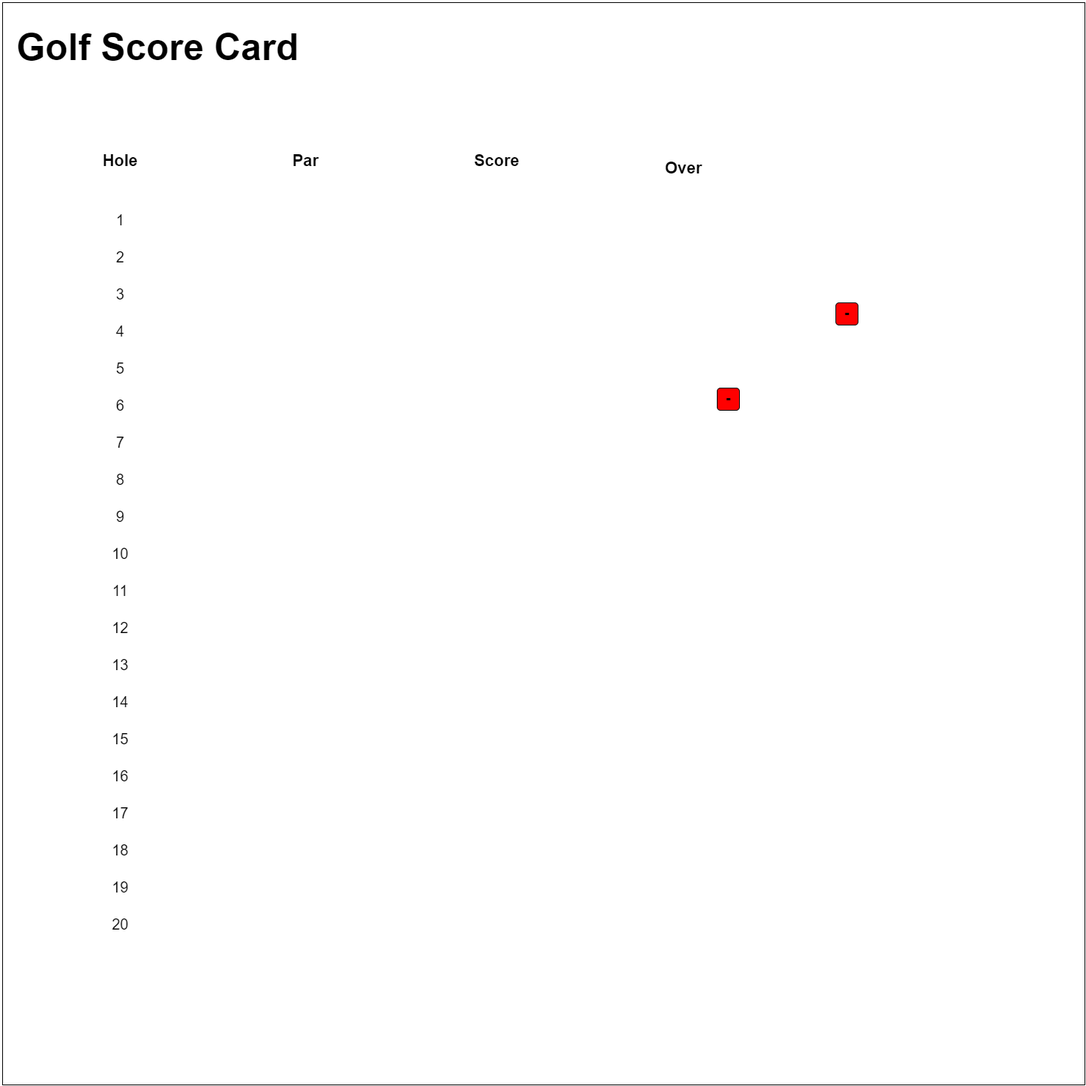
Above: assignment03.png in Regie09/Regie092 (draw.io), before the change. Source tidied: cells renumbered, new cells last; positions are measured from the earlier drawing's top-left corner, leaving out a move shared by most shapes.
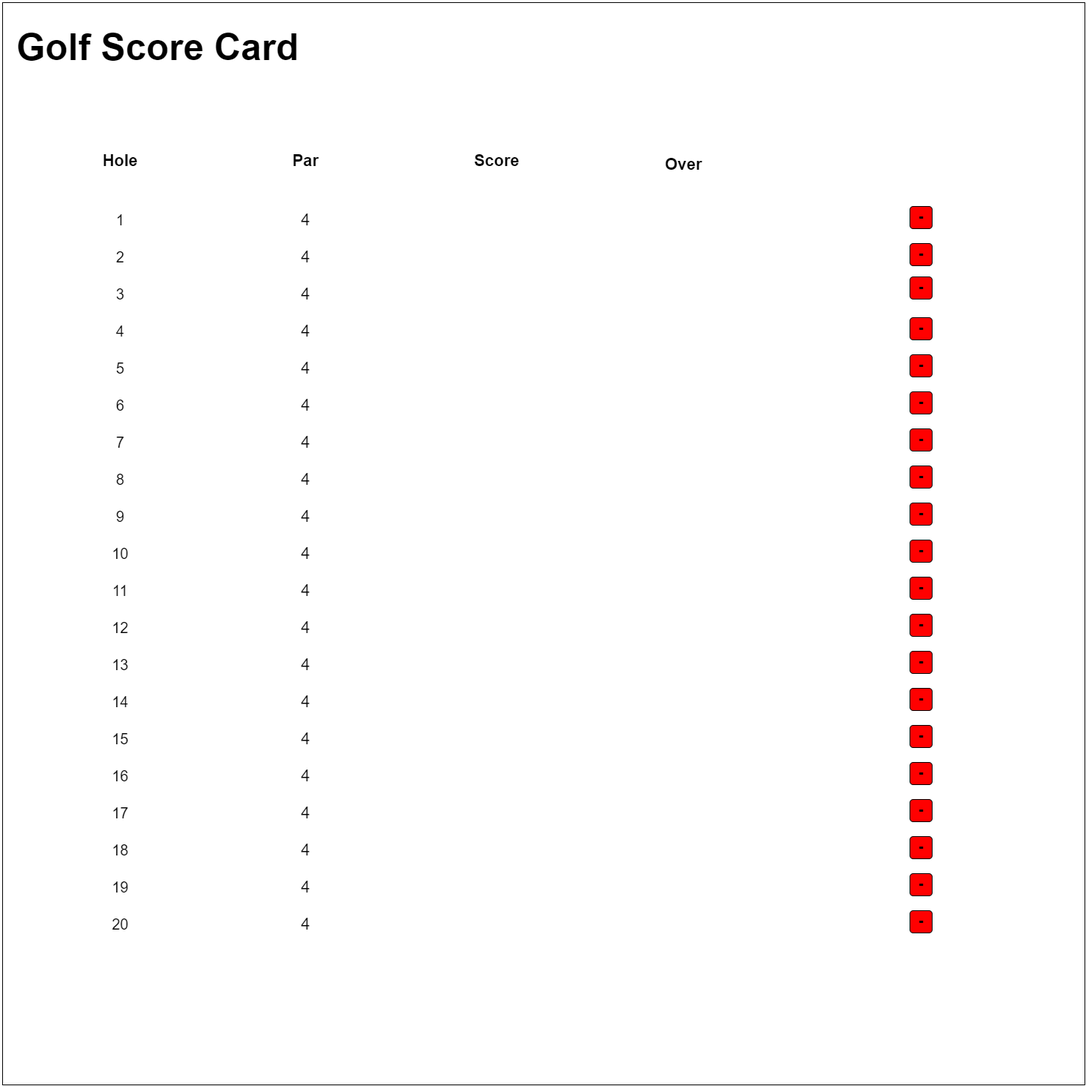
Above is the later version.

Diff of the diagram source:
```diff
@@ -14,3 +14,3 @@
     <mxCell id="5" style="group;" parent="1" vertex="1">
-      <mxGeometry x="1119" y="405" width="40" height="30" as="geometry" />
+      <mxGeometry x="1219" y="275" width="40" height="30" as="geometry" />
     </mxCell>
@@ -23,3 +23,3 @@
     <mxCell id="8" style="group;" parent="1" vertex="1">
-      <mxGeometry x="959" y="520" width="40" height="30" as="geometry" />
+      <mxGeometry x="1219" y="325" width="40" height="30" as="geometry" />
     </mxCell>
@@ -38,3 +38,3 @@
     <mxCell id="13" value="&lt;font style=&quot;font-size: 22px&quot;&gt;&lt;b&gt;Over&lt;/b&gt;&lt;/font&gt;" style="text;html=1;strokeColor=none;fillColor=none;align=center;verticalAlign=middle;whiteSpace=wrap;rounded=0;fontSize=29;" parent="1" vertex="1">
-      <mxGeometry x="879" y="200" width="80" height="40" as="geometry" />
+      <mxGeometry x="879" y="195" width="80" height="40" as="geometry" />
     </mxCell>
@@ -100,2 +100,224 @@
     </mxCell>
+    <mxCell id="34" value="&lt;font style=&quot;font-size: 22px&quot;&gt;4&lt;/font&gt;" style="text;html=1;strokeColor=none;fillColor=none;align=center;verticalAlign=middle;whiteSpace=wrap;rounded=0;fontSize=29;" parent="1" vertex="1">
+      <mxGeometry x="389" y="280" width="40" height="20" as="geometry" />
+    </mxCell>
+    <mxCell id="35" value="&lt;font style=&quot;font-size: 22px&quot;&gt;4&lt;/font&gt;" style="text;html=1;strokeColor=none;fillColor=none;align=center;verticalAlign=middle;whiteSpace=wrap;rounded=0;fontSize=29;" parent="1" vertex="1">
+      <mxGeometry x="389" y="330" width="40" height="20" as="geometry" />
+    </mxCell>
+    <mxCell id="36" value="&lt;font style=&quot;font-size: 22px&quot;&gt;4&lt;/font&gt;" style="text;html=1;strokeColor=none;fillColor=none;align=center;verticalAlign=middle;whiteSpace=wrap;rounded=0;fontSize=29;" parent="1" vertex="1">
+      <mxGeometry x="389" y="1130" width="40" height="20" as="geometry" />
+    </mxCell>
+    <mxCell id="37" value="&lt;font style=&quot;font-size: 22px&quot;&gt;4&lt;/font&gt;" style="text;html=1;strokeColor=none;fillColor=none;align=center;verticalAlign=middle;whiteSpace=wrap;rounded=0;fontSize=29;" parent="1" vertex="1">
+      <mxGeometry x="389" y="1080" width="40" height="20" as="geometry" />
+    </mxCell>
+    <mxCell id="38" value="&lt;font style=&quot;font-size: 22px&quot;&gt;4&lt;/font&gt;" style="text;html=1;strokeColor=none;fillColor=none;align=center;verticalAlign=middle;whiteSpace=wrap;rounded=0;fontSize=29;" parent="1" vertex="1">
+      <mxGeometry x="389" y="1230" width="40" height="20" as="geometry" />
+    </mxCell>
+    <mxCell id="39" value="&lt;font style=&quot;font-size: 22px&quot;&gt;4&lt;/font&gt;" style="text;html=1;strokeColor=none;fillColor=none;align=center;verticalAlign=middle;whiteSpace=wrap;rounded=0;fontSize=29;" parent="1" vertex="1">
+      <mxGeometry x="389" y="880" width="40" height="20" as="geometry" />
+    </mxCell>
+    <mxCell id="40" value="&lt;font style=&quot;font-size: 22px&quot;&gt;4&lt;/font&gt;" style="text;html=1;strokeColor=none;fillColor=none;align=center;verticalAlign=middle;whiteSpace=wrap;rounded=0;fontSize=29;" parent="1" vertex="1">
+      <mxGeometry x="389" y="780" width="40" height="20" as="geometry" />
+    </mxCell>
+    <mxCell id="41" value="&lt;font style=&quot;font-size: 22px&quot;&gt;4&lt;/font&gt;" style="text;html=1;strokeColor=none;fillColor=none;align=center;verticalAlign=middle;whiteSpace=wrap;rounded=0;fontSize=29;" parent="1" vertex="1">
+      <mxGeometry x="389" y="730" width="40" height="20" as="geometry" />
+    </mxCell>
+    <mxCell id="42" value="&lt;font style=&quot;font-size: 22px&quot;&gt;4&lt;/font&gt;" style="text;html=1;strokeColor=none;fillColor=none;align=center;verticalAlign=middle;whiteSpace=wrap;rounded=0;fontSize=29;" parent="1" vertex="1">
+      <mxGeometry x="389" y="930" width="40" height="20" as="geometry" />
+    </mxCell>
+    <mxCell id="43" value="&lt;font style=&quot;font-size: 22px&quot;&gt;4&lt;/font&gt;" style="text;html=1;strokeColor=none;fillColor=none;align=center;verticalAlign=middle;whiteSpace=wrap;rounded=0;fontSize=29;" parent="1" vertex="1">
+      <mxGeometry x="389" y="680" width="40" height="20" as="geometry" />
+    </mxCell>
+    <mxCell id="44" value="&lt;font style=&quot;font-size: 22px&quot;&gt;4&lt;/font&gt;" style="text;html=1;strokeColor=none;fillColor=none;align=center;verticalAlign=middle;whiteSpace=wrap;rounded=0;fontSize=29;" parent="1" vertex="1">
+      <mxGeometry x="389" y="1030" width="40" height="20" as="geometry" />
+    </mxCell>
+    <mxCell id="45" value="&lt;font style=&quot;font-size: 22px&quot;&gt;4&lt;/font&gt;" style="text;html=1;strokeColor=none;fillColor=none;align=center;verticalAlign=middle;whiteSpace=wrap;rounded=0;fontSize=29;" parent="1" vertex="1">
+      <mxGeometry x="389" y="1180" width="40" height="20" as="geometry" />
+    </mxCell>
+    <mxCell id="46" value="&lt;font style=&quot;font-size: 22px&quot;&gt;4&lt;/font&gt;" style="text;html=1;strokeColor=none;fillColor=none;align=center;verticalAlign=middle;whiteSpace=wrap;rounded=0;fontSize=29;" parent="1" vertex="1">
+      <mxGeometry x="389" y="380" width="40" height="20" as="geometry" />
+    </mxCell>
+    <mxCell id="47" value="&lt;font style=&quot;font-size: 22px&quot;&gt;4&lt;/font&gt;" style="text;html=1;strokeColor=none;fillColor=none;align=center;verticalAlign=middle;whiteSpace=wrap;rounded=0;fontSize=29;" parent="1" vertex="1">
+      <mxGeometry x="389" y="830" width="40" height="20" as="geometry" />
+    </mxCell>
+    <mxCell id="48" value="&lt;font style=&quot;font-size: 22px&quot;&gt;4&lt;/font&gt;" style="text;html=1;strokeColor=none;fillColor=none;align=center;verticalAlign=middle;whiteSpace=wrap;rounded=0;fontSize=29;" parent="1" vertex="1">
+      <mxGeometry x="389" y="980" width="40" height="20" as="geometry" />
+    </mxCell>
+    <mxCell id="49" value="&lt;font style=&quot;font-size: 22px&quot;&gt;4&lt;/font&gt;" style="text;html=1;strokeColor=none;fillColor=none;align=center;verticalAlign=middle;whiteSpace=wrap;rounded=0;fontSize=29;" parent="1" vertex="1">
+      <mxGeometry x="389" y="630" width="40" height="20" as="geometry" />
+    </mxCell>
+    <mxCell id="50" value="&lt;font style=&quot;font-size: 22px&quot;&gt;4&lt;/font&gt;" style="text;html=1;strokeColor=none;fillColor=none;align=center;verticalAlign=middle;whiteSpace=wrap;rounded=0;fontSize=29;" parent="1" vertex="1">
+      <mxGeometry x="389" y="430" width="40" height="20" as="geometry" />
+    </mxCell>
+    <mxCell id="51" value="&lt;font style=&quot;font-size: 22px&quot;&gt;4&lt;/font&gt;" style="text;html=1;strokeColor=none;fillColor=none;align=center;verticalAlign=middle;whiteSpace=wrap;rounded=0;fontSize=29;" parent="1" vertex="1">
+      <mxGeometry x="389" y="530" width="40" height="20" as="geometry" />
+    </mxCell>
+    <mxCell id="52" value="&lt;font style=&quot;font-size: 22px&quot;&gt;4&lt;/font&gt;" style="text;html=1;strokeColor=none;fillColor=none;align=center;verticalAlign=middle;whiteSpace=wrap;rounded=0;fontSize=29;" parent="1" vertex="1">
+      <mxGeometry x="389" y="580" width="40" height="20" as="geometry" />
+    </mxCell>
+    <mxCell id="53" value="&lt;font style=&quot;font-size: 22px&quot;&gt;4&lt;/font&gt;" style="text;html=1;strokeColor=none;fillColor=none;align=center;verticalAlign=middle;whiteSpace=wrap;rounded=0;fontSize=29;" parent="1" vertex="1">
+      <mxGeometry x="389" y="480" width="40" height="20" as="geometry" />
+    </mxCell>
+    <mxCell id="54" style="group;" parent="1" vertex="1">
+      <mxGeometry x="1219" y="925" width="40" height="30" as="geometry" />
+    </mxCell>
+    <mxCell id="55" style="rounded=1;whiteSpace=wrap;html=1;strokeWidth=1;fontSize=29;fillColor=#FF0000;" parent="54" vertex="1">
+      <mxGeometry x="5" width="30" height="30" as="geometry" />
+    </mxCell>
+    <mxCell id="56" value="&lt;font style=&quot;font-size: 20px&quot;&gt;&lt;b&gt;-&lt;/b&gt;&lt;/font&gt;" style="text;html=1;strokeColor=none;fillColor=none;align=center;verticalAlign=middle;whiteSpace=wrap;rounded=0;fontSize=29;" parent="54" vertex="1">
+      <mxGeometry width="40" height="20" as="geometry" />
+    </mxCell>
+    <mxCell id="57" style="group;" parent="1" vertex="1">
+      <mxGeometry x="1219" y="1175" width="40" height="30" as="geometry" />
+    </mxCell>
+    <mxCell id="58" style="rounded=1;whiteSpace=wrap;html=1;strokeWidth=1;fontSize=29;fillColor=#FF0000;" parent="57" vertex="1">
+      <mxGeometry x="5" width="30" height="30" as="geometry" />
+    </mxCell>
+    <mxCell id="59" value="&lt;font style=&quot;font-size: 20px&quot;&gt;&lt;b&gt;-&lt;/b&gt;&lt;/font&gt;" style="text;html=1;strokeColor=none;fillColor=none;align=center;verticalAlign=middle;whiteSpace=wrap;rounded=0;fontSize=29;" parent="57" vertex="1">
+      <mxGeometry width="40" height="20" as="geometry" />
+    </mxCell>
+    <mxCell id="60" style="group;" parent="1" vertex="1">
+      <mxGeometry x="1219" y="1225" width="40" height="30" as="geometry" />
+    </mxCell>
+    <mxCell id="61" style="rounded=1;whiteSpace=wrap;html=1;strokeWidth=1;fontSize=29;fillColor=#FF0000;" parent="60" vertex="1">
+      <mxGeometry x="5" width="30" height="30" as="geometry" />
+    </mxCell>
+    <mxCell id="62" value="&lt;font style=&quot;font-size: 20px&quot;&gt;&lt;b&gt;-&lt;/b&gt;&lt;/font&gt;" style="text;html=1;strokeColor=none;fillColor=none;align=center;verticalAlign=middle;whiteSpace=wrap;rounded=0;fontSize=29;" parent="60" vertex="1">
+      <mxGeometry width="40" height="20" as="geometry" />
+    </mxCell>
+    <mxCell id="63" style="group;" parent="1" vertex="1">
+      <mxGeometry x="1219" y="1125" width="40" height="30" as="geometry" />
+    </mxCell>
+    <mxCell id="64" style="rounded=1;whiteSpace=wrap;html=1;strokeWidth=1;fontSize=29;fillColor=#FF0000;" parent="63" vertex="1">
+      <mxGeometry x="5" width="30" height="30" as="geometry" />
+    </mxCell>
+    <mxCell id="65" value="&lt;font style=&quot;font-size: 20px&quot;&gt;&lt;b&gt;-&lt;/b&gt;&lt;/font&gt;" style="text;html=1;strokeColor=none;fillColor=none;align=center;verticalAlign=middle;whiteSpace=wrap;rounded=0;fontSize=29;" parent="63" vertex="1">
+      <mxGeometry width="40" height="20" as="geometry" />
+    </mxCell>
+    <mxCell id="66" style="group;" parent="1" vertex="1">
+      <mxGeometry x="1219" y="1025" width="40" height="30" as="geometry" />
+    </mxCell>
+    <mxCell id="67" style="rounded=1;whiteSpace=wrap;html=1;strokeWidth=1;fontSize=29;fillColor=#FF0000;" parent="66" vertex="1">
+      <mxGeometry x="5" width="30" height="30" as="geometry" />
+    </mxCell>
+    <mxCell id="68" value="&lt;font style=&quot;font-size: 20px&quot;&gt;&lt;b&gt;-&lt;/b&gt;&lt;/font&gt;" style="text;html=1;strokeColor=none;fillColor=none;align=center;verticalAlign=middle;whiteSpace=wrap;rounded=0;fontSize=29;" parent="66" vertex="1">
+      <mxGeometry width="40" height="20" as="geometry" />
+    </mxCell>
+    <mxCell id="69" style="group;" parent="1" vertex="1">
+      <mxGeometry x="1219" y="1075" width="40" height="30" as="geometry" />
+    </mxCell>
+    <mxCell id="70" style="rounded=1;whiteSpace=wrap;html=1;strokeWidth=1;fontSize=29;fillColor=#FF0000;" parent="69" vertex="1">
+      <mxGeometry x="5" width="30" height="30" as="geometry" />
+    </mxCell>
+    <mxCell id="71" value="&lt;font style=&quot;font-size: 20px&quot;&gt;&lt;b&gt;-&lt;/b&gt;&lt;/font&gt;" style="text;html=1;strokeColor=none;fillColor=none;align=center;verticalAlign=middle;whiteSpace=wrap;rounded=0;fontSize=29;" parent="69" vertex="1">
+      <mxGeometry width="40" height="20" as="geometry" />
+    </mxCell>
+    <mxCell id="72" style="group;" parent="1" vertex="1">
+      <mxGeometry x="1219" y="975" width="40" height="30" as="geometry" />
+    </mxCell>
+    <mxCell id="73" style="rounded=1;whiteSpace=wrap;html=1;strokeWidth=1;fontSize=29;fillColor=#FF0000;" parent="72" vertex="1">
+      <mxGeometry x="5" width="30" height="30" as="geometry" />
+    </mxCell>
+    <mxCell id="74" value="&lt;font style=&quot;font-size: 20px&quot;&gt;&lt;b&gt;-&lt;/b&gt;&lt;/font&gt;" style="text;html=1;strokeColor=none;fillColor=none;align=center;verticalAlign=middle;whiteSpace=wrap;rounded=0;fontSize=29;" parent="72" vertex="1">
+      <mxGeometry width="40" height="20" as="geometry" />
+    </mxCell>
+    <mxCell id="75" style="group;" parent="1" vertex="1">
+      <mxGeometry x="1219" y="875" width="40" height="30" as="geometry" />
+    </mxCell>
+    <mxCell id="76" style="rounded=1;whiteSpace=wrap;html=1;strokeWidth=1;fontSize=29;fillColor=#FF0000;" parent="75" vertex="1">
+      <mxGeometry x="5" width="30" height="30" as="geometry" />
+    </mxCell>
+    <mxCell id="77" value="&lt;font style=&quot;font-size: 20px&quot;&gt;&lt;b&gt;-&lt;/b&gt;&lt;/font&gt;" style="text;html=1;strokeColor=none;fillColor=none;align=center;verticalAlign=middle;whiteSpace=wrap;rounded=0;fontSize=29;" parent="75" vertex="1">
+      <mxGeometry width="40" height="20" as="geometry" />
+    </mxCell>
+    <mxCell id="78" style="group;" parent="1" vertex="1">
+      <mxGeometry x="1219" y="825" width="40" height="30" as="geometry" />
+    </mxCell>
+    <mxCell id="79" style="rounded=1;whiteSpace=wrap;html=1;strokeWidth=1;fontSize=29;fillColor=#FF0000;" parent="78" vertex="1">
+      <mxGeometry x="5" width="30" height="30" as="geometry" />
+    </mxCell>
+    <mxCell id="80" value="&lt;font style=&quot;font-size: 20px&quot;&gt;&lt;b&gt;-&lt;/b&gt;&lt;/font&gt;" style="text;html=1;strokeColor=none;fillColor=none;align=center;verticalAlign=middle;whiteSpace=wrap;rounded=0;fontSize=29;" parent="78" vertex="1">
+      <mxGeometry width="40" height="20" as="geometry" />
+    </mxCell>
+    <mxCell id="81" style="group;" parent="1" vertex="1">
+      <mxGeometry x="1219" y="775" width="40" height="30" as="geometry" />
+    </mxCell>
+    <mxCell id="82" style="rounded=1;whiteSpace=wrap;html=1;strokeWidth=1;fontSize=29;fillColor=#FF0000;" parent="81" vertex="1">
+      <mxGeometry x="5" width="30" height="30" as="geometry" />
+    </mxCell>
+    <mxCell id="83" value="&lt;font style=&quot;font-size: 20px&quot;&gt;&lt;b&gt;-&lt;/b&gt;&lt;/font&gt;" style="text;html=1;strokeColor=none;fillColor=none;align=center;verticalAlign=middle;whiteSpace=wrap;rounded=0;fontSize=29;" parent="81" vertex="1">
+      <mxGeometry width="40" height="20" as="geometry" />
+    </mxCell>
+    <mxCell id="84" style="group;" parent="1" vertex="1">
+      <mxGeometry x="1219" y="725" width="40" height="30" as="geometry" />
+    </mxCell>
+    <mxCell id="85" style="rounded=1;whiteSpace=wrap;html=1;strokeWidth=1;fontSize=29;fillColor=#FF0000;" parent="84" vertex="1">
+      <mxGeometry x="5" width="30" height="30" as="geometry" />
+    </mxCell>
+    <mxCell id="86" value="&lt;font style=&quot;font-size: 20px&quot;&gt;&lt;b&gt;-&lt;/b&gt;&lt;/font&gt;" style="text;html=1;strokeColor=none;fillColor=none;align=center;verticalAlign=middle;whiteSpace=wrap;rounded=0;fontSize=29;" parent="84" vertex="1">
+      <mxGeometry width="40" height="20" as="geometry" />
+    </mxCell>
+    <mxCell id="87" style="group;" parent="1" vertex="1">
+      <mxGeometry x="1219" y="675" width="40" height="30" as="geometry" />
+    </mxCell>
+    <mxCell id="88" style="rounded=1;whiteSpace=wrap;html=1;strokeWidth=1;fontSize=29;fillColor=#FF0000;" parent="87" vertex="1">
+      <mxGeometry x="5" width="30" height="30" as="geometry" />
+    </mxCell>
+    <mxCell id="89" value="&lt;font style=&quot;font-size: 20px&quot;&gt;&lt;b&gt;-&lt;/b&gt;&lt;/font&gt;" style="text;html=1;strokeColor=none;fillColor=none;align=center;verticalAlign=middle;whiteSpace=wrap;rounded=0;fontSize=29;" parent="87" vertex="1">
+      <mxGeometry width="40" height="20" as="geometry" />
+    </mxCell>
+    <mxCell id="90" style="group;" parent="1" vertex="1">
+      <mxGeometry x="1219" y="625" width="40" height="30" as="geometry" />
+    </mxCell>
+    <mxCell id="91" style="rounded=1;whiteSpace=wrap;html=1;strokeWidth=1;fontSize=29;fillColor=#FF0000;" parent="90" vertex="1">
+      <mxGeometry x="5" width="30" height="30" as="geometry" />
+    </mxCell>
+    <mxCell id="92" value="&lt;font style=&quot;font-size: 20px&quot;&gt;&lt;b&gt;-&lt;/b&gt;&lt;/font&gt;" style="text;html=1;strokeColor=none;fillColor=none;align=center;verticalAlign=middle;whiteSpace=wrap;rounded=0;fontSize=29;" parent="90" vertex="1">
+      <mxGeometry width="40" height="20" as="geometry" />
+    </mxCell>
+    <mxCell id="93" style="group;" parent="1" vertex="1">
+      <mxGeometry x="1219" y="575" width="40" height="30" as="geometry" />
+    </mxCell>
+    <mxCell id="94" style="rounded=1;whiteSpace=wrap;html=1;strokeWidth=1;fontSize=29;fillColor=#FF0000;" parent="93" vertex="1">
+      <mxGeometry x="5" width="30" height="30" as="geometry" />
+    </mxCell>
+    <mxCell id="95" value="&lt;font style=&quot;font-size: 20px&quot;&gt;&lt;b&gt;-&lt;/b&gt;&lt;/font&gt;" style="text;html=1;strokeColor=none;fillColor=none;align=center;verticalAlign=middle;whiteSpace=wrap;rounded=0;fontSize=29;" parent="93" vertex="1">
+      <mxGeometry width="40" height="20" as="geometry" />
+    </mxCell>
+    <mxCell id="96" style="group;" parent="1" vertex="1">
+      <mxGeometry x="1219" y="525" width="40" height="30" as="geometry" />
+    </mxCell>
+    <mxCell id="97" style="rounded=1;whiteSpace=wrap;html=1;strokeWidth=1;fontSize=29;fillColor=#FF0000;" parent="96" vertex="1">
+      <mxGeometry x="5" width="30" height="30" as="geometry" />
+    </mxCell>
+    <mxCell id="98" value="&lt;font style=&quot;font-size: 20px&quot;&gt;&lt;b&gt;-&lt;/b&gt;&lt;/font&gt;" style="text;html=1;strokeColor=none;fillColor=none;align=center;verticalAlign=middle;whiteSpace=wrap;rounded=0;fontSize=29;" parent="96" vertex="1">
+      <mxGeometry width="40" height="20" as="geometry" />
+    </mxCell>
+    <mxCell id="99" style="group;" parent="1" vertex="1">
+      <mxGeometry x="1219" y="475" width="40" height="30" as="geometry" />
+    </mxCell>
+    <mxCell id="100" style="rounded=1;whiteSpace=wrap;html=1;strokeWidth=1;fontSize=29;fillColor=#FF0000;" parent="99" vertex="1">
+      <mxGeometry x="5" width="30" height="30" as="geometry" />
+    </mxCell>
+    <mxCell id="101" value="&lt;font style=&quot;font-size: 20px&quot;&gt;&lt;b&gt;-&lt;/b&gt;&lt;/font&gt;" style="text;html=1;strokeColor=none;fillColor=none;align=center;verticalAlign=middle;whiteSpace=wrap;rounded=0;fontSize=29;" parent="99" vertex="1">
+      <mxGeometry width="40" height="20" as="geometry" />
+    </mxCell>
+    <mxCell id="102" style="group;" parent="1" vertex="1">
+      <mxGeometry x="1219" y="425" width="40" height="30" as="geometry" />
+    </mxCell>
+    <mxCell id="103" style="rounded=1;whiteSpace=wrap;html=1;strokeWidth=1;fontSize=29;fillColor=#FF0000;" parent="102" vertex="1">
+      <mxGeometry x="5" width="30" height="30" as="geometry" />
+    </mxCell>
+    <mxCell id="104" value="&lt;font style=&quot;font-size: 20px&quot;&gt;&lt;b&gt;-&lt;/b&gt;&lt;/font&gt;" style="text;html=1;strokeColor=none;fillColor=none;align=center;verticalAlign=middle;whiteSpace=wrap;rounded=0;fontSize=29;" parent="102" vertex="1">
+      <mxGeometry width="40" height="20" as="geometry" />
+    </mxCell>
+    <mxCell id="105" style="group;" parent="1" vertex="1">
+      <mxGeometry x="1219" y="370" width="40" height="30" as="geometry" />
+    </mxCell>
+    <mxCell id="106" style="rounded=1;whiteSpace=wrap;html=1;strokeWidth=1;fontSize=29;fillColor=#FF0000;" parent="105" vertex="1">
+      <mxGeometry x="5" width="30" height="30" as="geometry" />
+    </mxCell>
+    <mxCell id="107" value="&lt;font style=&quot;font-size: 20px&quot;&gt;&lt;b&gt;-&lt;/b&gt;&lt;/font&gt;" style="text;html=1;strokeColor=none;fillColor=none;align=center;verticalAlign=middle;whiteSpace=wrap;rounded=0;fontSize=29;" parent="105" vertex="1">
+      <mxGeometry width="40" height="20" as="geometry" />
+    </mxCell>
   </root>
```
